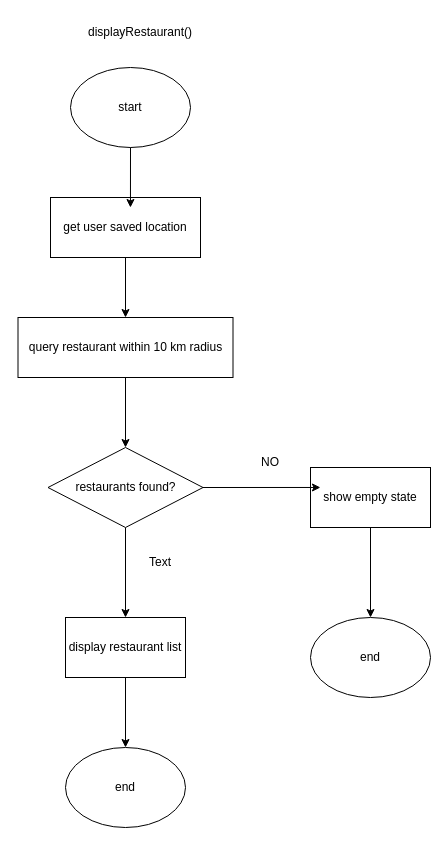
The draw.io diagram designs/flow-charts/FA-FC-SearchSortCondition.drawio in YousefFawzy2222/QA-Workshop, before the edit. Source tidied: cells renumbered, new cells numbered last; positions are measured from the earlier drawing's top-left corner, leaving out a move shared by most shapes. Both pictures are drawn from the tidied source at 100%, with x=0, y=0 at pixel (18, 17).
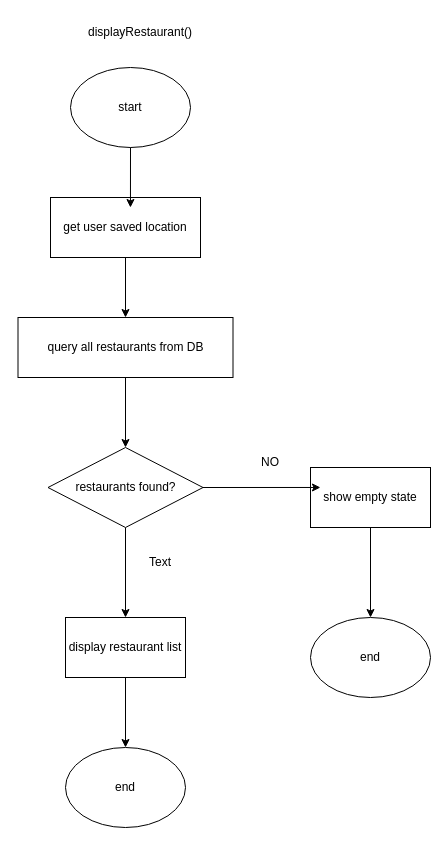
The same page after the edit.

The edit, as a diff of the source:
```diff
@@
 <mxGraphModel>
   <root>
     <mxCell id="0" />
     <mxCell id="1" parent="0" />
     <mxCell id="2" value="displayRestaurant()" style="text;html=1;whiteSpace=wrap;strokeColor=none;fillColor=none;align=center;verticalAlign=middle;rounded=0;" parent="1" vertex="1">
       <mxGeometry x="22" width="200" height="30" as="geometry" />
     </mxCell>
     <mxCell id="3" value="start" style="ellipse;whiteSpace=wrap;html=1;" parent="1" vertex="1">
       <mxGeometry x="52" y="50" width="120" height="80" as="geometry" />
     </mxCell>
     <mxCell id="4" style="edgeStyle=orthogonalEdgeStyle;rounded=0;jettySize=auto;html=1;exitX=0.5;exitY=1;exitDx=0;exitDy=0;entryX=0.5;entryY=0;entryDx=0;entryDy=0;" parent="1" edge="1" source="5" target="7">
       <mxGeometry relative="1" as="geometry" />
     </mxCell>
     <mxCell id="5" value="get user saved location" style="rounded=0;whiteSpace=wrap;html=1;" parent="1" vertex="1">
       <mxGeometry x="32" y="180" width="150" height="60" as="geometry" />
     </mxCell>
     <mxCell id="6" style="edgeStyle=orthogonalEdgeStyle;rounded=0;jettySize=auto;html=1;entryX=0.5;entryY=0;entryDx=0;entryDy=0;" parent="1" edge="1" source="7" target="10">
       <mxGeometry relative="1" as="geometry" />
     </mxCell>
-    <mxCell id="7" value="query restaurant within 10 km radius" style="rounded=0;whiteSpace=wrap;html=1;" parent="1" vertex="1">
+    <mxCell id="7" value="query all restaurants from DB" style="rounded=0;whiteSpace=wrap;html=1;" parent="1" vertex="1">
       <mxGeometry x="-0.5" y="300" width="215" height="60" as="geometry" />
     </mxCell>
     <mxCell id="8" style="edgeStyle=orthogonalEdgeStyle;rounded=0;jettySize=auto;html=1;exitX=0.5;exitY=1;exitDx=0;exitDy=0;entryX=0.533;entryY=0.167;entryDx=0;entryDy=0;entryPerimeter=0;" parent="1" edge="1" source="3" target="5">
       <mxGeometry relative="1" as="geometry" />
     </mxCell>
     <mxCell id="9" style="edgeStyle=orthogonalEdgeStyle;rounded=0;jettySize=auto;html=1;exitX=0.5;exitY=1;exitDx=0;exitDy=0;entryX=0.5;entryY=0;entryDx=0;entryDy=0;" parent="1" edge="1" source="10" target="12">
       <mxGeometry relative="1" as="geometry" />
     </mxCell>
     <mxCell id="10" value="restaurants found?" style="rhombus;whiteSpace=wrap;html=1;" parent="1" vertex="1">
       <mxGeometry x="29.5" y="430" width="155" height="80" as="geometry" />
     </mxCell>
     <mxCell id="11" style="edgeStyle=orthogonalEdgeStyle;rounded=0;jettySize=auto;html=1;exitX=0.5;exitY=1;exitDx=0;exitDy=0;entryX=0.5;entryY=0;entryDx=0;entryDy=0;" parent="1" edge="1" source="12" target="15">
       <mxGeometry relative="1" as="geometry" />
     </mxCell>
     <mxCell id="12" value="display restaurant list" style="rounded=0;whiteSpace=wrap;html=1;" parent="1" vertex="1">
       <mxGeometry x="47" y="600" width="120" height="60" as="geometry" />
     </mxCell>
     <mxCell id="13" style="edgeStyle=orthogonalEdgeStyle;rounded=0;jettySize=auto;html=1;exitX=0.5;exitY=1;exitDx=0;exitDy=0;" parent="1" edge="1" source="14" target="16">
       <mxGeometry relative="1" as="geometry" />
     </mxCell>
     <mxCell id="14" value="show empty state" style="rounded=0;whiteSpace=wrap;html=1;" parent="1" vertex="1">
       <mxGeometry x="292" y="450" width="120" height="60" as="geometry" />
     </mxCell>
     <mxCell id="15" value="end" style="ellipse;whiteSpace=wrap;html=1;" parent="1" vertex="1">
       <mxGeometry x="47" y="730" width="120" height="80" as="geometry" />
     </mxCell>
     <mxCell id="16" value="end" style="ellipse;whiteSpace=wrap;html=1;" parent="1" vertex="1">
       <mxGeometry x="292" y="600" width="120" height="80" as="geometry" />
     </mxCell>
     <mxCell id="17" style="edgeStyle=orthogonalEdgeStyle;rounded=0;jettySize=auto;html=1;exitX=1;exitY=0.5;exitDx=0;exitDy=0;entryX=0.083;entryY=0.333;entryDx=0;entryDy=0;entryPerimeter=0;" parent="1" edge="1" source="10" target="14">
       <mxGeometry relative="1" as="geometry" />
     </mxCell>
     <mxCell id="18" value="NO" style="text;html=1;whiteSpace=wrap;strokeColor=none;fillColor=none;align=center;verticalAlign=middle;rounded=0;" parent="1" vertex="1">
       <mxGeometry x="222" y="430" width="60" height="30" as="geometry" />
     </mxCell>
     <mxCell id="19" value="Text" style="text;html=1;whiteSpace=wrap;strokeColor=none;fillColor=none;align=center;verticalAlign=middle;rounded=0;" parent="1" vertex="1">
       <mxGeometry x="112" y="530" width="60" height="30" as="geometry" />
     </mxCell>
   </root>
 </mxGraphModel>
```
